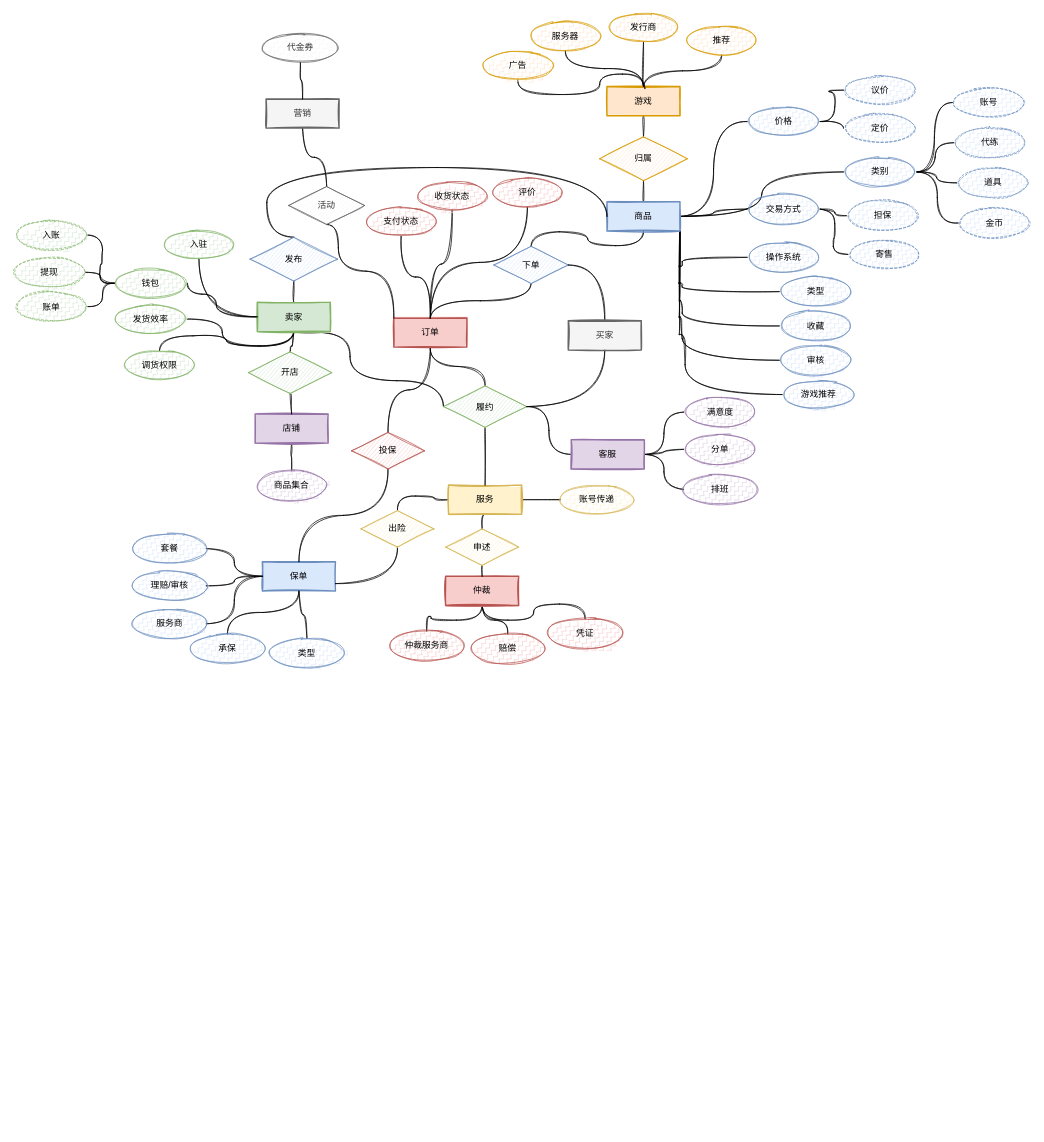
Before: ali03.drawio in chenyz/EGOTableViewPullRefresh, a draw.io diagram. Source tidied: cells renumbered, new cells numbered last; positions are measured from the earlier drawing's top-left corner, leaving out a move shared by most shapes. Both pictures are drawn from the tidied source at 73%, with x=0, y=0 at pixel (12, 12).
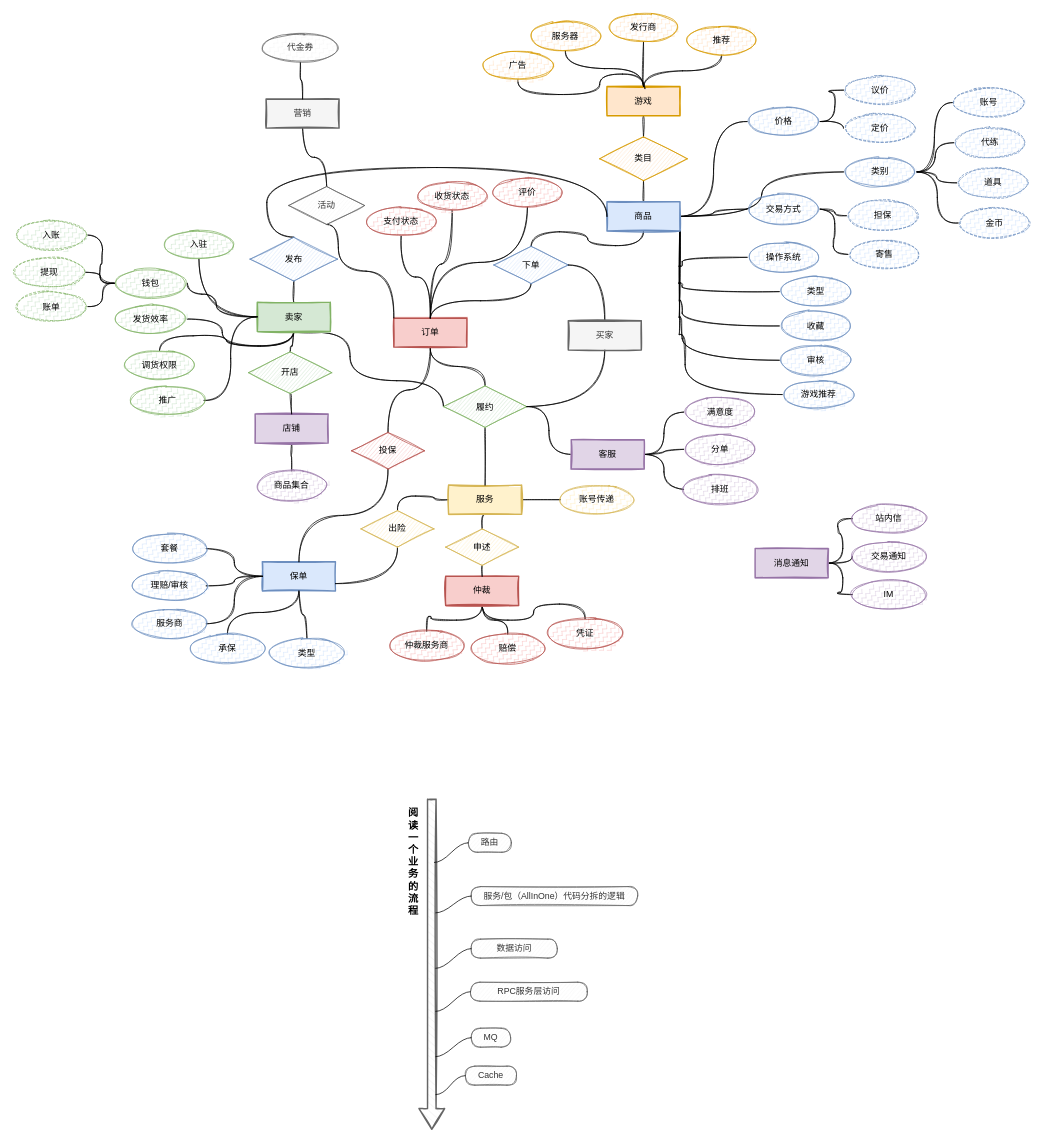
The same page after the edit.

The change refers to these unchanged cells:
```xml
<mxCell id="49" value="卖家" style="whiteSpace=wrap;html=1;align=center;sketch=1;fillColor=#d5e8d4;strokeColor=#82b366;fillStyle=solid;strokeWidth=2;" parent="1" vertex="1">
  <mxGeometry x="335" y="396.5" width="100" height="40" as="geometry" />
</mxCell>
```

Diff of the diagram source:
```diff
@@
-    <mxCell id="23" value="归属" style="shape=rhombus;perimeter=rhombusPerimeter;whiteSpace=wrap;html=1;align=center;sketch=1;fillColor=#ffe6cc;strokeColor=#d79b00;fillStyle=auto;" parent="1" vertex="1">
+    <mxCell id="23" value="类目" style="shape=rhombus;perimeter=rhombusPerimeter;whiteSpace=wrap;html=1;align=center;sketch=1;fillColor=#ffe6cc;strokeColor=#d79b00;fillStyle=auto;" parent="1" vertex="1">
       <mxGeometry x="804" y="170" width="120" height="60" as="geometry" />
     </mxCell>
@@
+    <mxCell id="132" style="edgeStyle=orthogonalEdgeStyle;curved=1;rounded=0;sketch=1;jettySize=auto;html=1;exitX=1;exitY=0.5;exitDx=0;exitDy=0;entryX=0;entryY=0.5;entryDx=0;entryDy=0;endArrow=none;endFill=0;" parent="1" edge="1" source="133" target="49">
+      <mxGeometry relative="1" as="geometry" />
+    </mxCell>
+    <mxCell id="133" value="推广" style="ellipse;whiteSpace=wrap;html=1;align=center;sketch=1;fillColor=#d5e8d4;strokeColor=#82b366;fillStyle=zigzag-line;" parent="1" vertex="1">
+      <mxGeometry x="162" y="511" width="100" height="40" as="geometry" />
+    </mxCell>
+    <mxCell id="134" style="edgeStyle=orthogonalEdgeStyle;curved=1;rounded=0;sketch=1;jettySize=auto;html=1;exitX=1;exitY=0.5;exitDx=0;exitDy=0;entryX=0;entryY=0.5;entryDx=0;entryDy=0;endArrow=none;endFill=0;" parent="1" edge="1" source="137" target="138">
+      <mxGeometry relative="1" as="geometry" />
+    </mxCell>
+    <mxCell id="135" style="edgeStyle=orthogonalEdgeStyle;curved=1;rounded=0;sketch=1;jettySize=auto;html=1;exitX=1;exitY=0.5;exitDx=0;exitDy=0;entryX=0;entryY=0.5;entryDx=0;entryDy=0;endArrow=none;endFill=0;" parent="1" edge="1" source="137" target="139">
+      <mxGeometry relative="1" as="geometry" />
+    </mxCell>
+    <mxCell id="136" style="edgeStyle=orthogonalEdgeStyle;curved=1;rounded=0;sketch=1;jettySize=auto;html=1;exitX=1;exitY=0.5;exitDx=0;exitDy=0;entryX=0;entryY=0.5;entryDx=0;entryDy=0;endArrow=none;endFill=0;" parent="1" edge="1" source="137" target="140">
+      <mxGeometry relative="1" as="geometry" />
+    </mxCell>
+    <mxCell id="137" value="消息通知" style="whiteSpace=wrap;html=1;align=center;sketch=1;fillColor=#e1d5e7;strokeColor=#9673a6;fillStyle=solid;strokeWidth=2;" parent="1" vertex="1">
+      <mxGeometry x="1017" y="734" width="100" height="40" as="geometry" />
+    </mxCell>
+    <mxCell id="138" value="站内信" style="ellipse;whiteSpace=wrap;html=1;align=center;sketch=1;fillColor=#e1d5e7;strokeColor=#9673a6;fillStyle=zigzag-line;" parent="1" vertex="1">
+      <mxGeometry x="1150" y="673" width="100" height="40" as="geometry" />
+    </mxCell>
+    <mxCell id="139" value="交易通知" style="ellipse;whiteSpace=wrap;html=1;align=center;sketch=1;fillColor=#e1d5e7;strokeColor=#9673a6;fillStyle=zigzag-line;" parent="1" vertex="1">
+      <mxGeometry x="1150" y="725" width="100" height="40" as="geometry" />
+    </mxCell>
+    <mxCell id="140" value="IM" style="ellipse;whiteSpace=wrap;html=1;align=center;sketch=1;fillColor=#e1d5e7;strokeColor=#9673a6;fillStyle=zigzag-line;" parent="1" vertex="1">
+      <mxGeometry x="1150" y="777" width="100" height="40" as="geometry" />
+    </mxCell>
+    <mxCell id="141" style="shape=singleArrow;whiteSpace=wrap;html=1;rounded=0;sketch=1;strokeWidth=2;rotation=90;arrowWidth=0.33345979080137644;arrowSize=0.06290173669302292;fillColor=#f5f5f5;strokeColor=#666666;fontColor=#333333;" parent="1" vertex="1">
+      <mxGeometry x="348" y="1286" width="452" height="35" as="geometry" />
+    </mxCell>
+    <mxCell id="142" value="&lt;b style=&quot;font-size: 14px&quot;&gt;阅&lt;br&gt;读&lt;br&gt;一&lt;br&gt;个&lt;br&gt;业&lt;br&gt;务&lt;br&gt;的&lt;br&gt;流&lt;br&gt;程&lt;/b&gt;" style="text;html=1;strokeColor=none;fillColor=none;align=center;verticalAlign=middle;whiteSpace=wrap;rounded=0;sketch=1;" parent="1" vertex="1">
+      <mxGeometry x="529" y="1153" width="40" height="20" as="geometry" />
+    </mxCell>
+    <mxCell id="143" value="路由" style="whiteSpace=wrap;html=1;rounded=1;arcSize=50;align=center;verticalAlign=middle;strokeWidth=1;spacing=4;newEdgeStyle={&quot;edgeStyle&quot;:&quot;entityRelationEdgeStyle&quot;,&quot;startArrow&quot;:&quot;none&quot;,&quot;endArrow&quot;:&quot;none&quot;,&quot;segment&quot;:10,&quot;curved&quot;:1};sketch=1;fillColor=#f5f5f5;strokeColor=#666666;fontColor=#333333;" parent="1" vertex="1">
+      <mxGeometry x="624" y="1124" width="59" height="26" as="geometry" />
+    </mxCell>
+    <mxCell id="144" style="edgeStyle=entityRelationEdgeStyle;startArrow=none;endArrow=none;segment=10;curved=1;" parent="1" edge="1" target="143">
+      <mxGeometry relative="1" as="geometry">
+        <mxPoint x="577" y="1164" as="sourcePoint" />
+      </mxGeometry>
+    </mxCell>
+    <mxCell id="145" value="服务/包（AllInOne）代码分拆的逻辑" style="whiteSpace=wrap;html=1;rounded=1;arcSize=50;align=center;verticalAlign=middle;strokeWidth=1;spacing=4;newEdgeStyle={&quot;edgeStyle&quot;:&quot;entityRelationEdgeStyle&quot;,&quot;startArrow&quot;:&quot;none&quot;,&quot;endArrow&quot;:&quot;none&quot;,&quot;segment&quot;:10,&quot;curved&quot;:1};sketch=1;fillColor=#f5f5f5;strokeColor=#666666;fontColor=#333333;" parent="1" vertex="1">
+      <mxGeometry x="628" y="1197" width="228" height="26" as="geometry" />
+    </mxCell>
+    <mxCell id="146" style="edgeStyle=entityRelationEdgeStyle;startArrow=none;endArrow=none;segment=10;curved=1;" parent="1" edge="1" target="145">
+      <mxGeometry relative="1" as="geometry">
+        <mxPoint x="579" y="1233" as="sourcePoint" />
+      </mxGeometry>
+    </mxCell>
+    <mxCell id="147" value="数据访问" style="whiteSpace=wrap;html=1;rounded=1;arcSize=50;align=center;verticalAlign=middle;strokeWidth=1;spacing=4;newEdgeStyle={&quot;edgeStyle&quot;:&quot;entityRelationEdgeStyle&quot;,&quot;startArrow&quot;:&quot;none&quot;,&quot;endArrow&quot;:&quot;none&quot;,&quot;segment&quot;:10,&quot;curved&quot;:1};sketch=1;fillColor=#f5f5f5;strokeColor=#666666;fontColor=#333333;" parent="1" vertex="1">
+      <mxGeometry x="628" y="1269" width="118" height="26" as="geometry" />
+    </mxCell>
+    <mxCell id="148" style="edgeStyle=entityRelationEdgeStyle;startArrow=none;endArrow=none;segment=10;curved=1;" parent="1" edge="1" target="147">
+      <mxGeometry relative="1" as="geometry">
+        <mxPoint x="579" y="1309" as="sourcePoint" />
+      </mxGeometry>
+    </mxCell>
+    <mxCell id="149" value="RPC服务层访问" style="whiteSpace=wrap;html=1;rounded=1;arcSize=50;align=center;verticalAlign=middle;strokeWidth=1;spacing=4;newEdgeStyle={&quot;edgeStyle&quot;:&quot;entityRelationEdgeStyle&quot;,&quot;startArrow&quot;:&quot;none&quot;,&quot;endArrow&quot;:&quot;none&quot;,&quot;segment&quot;:10,&quot;curved&quot;:1};sketch=1;fillColor=#f5f5f5;strokeColor=#666666;fontColor=#333333;" parent="1" vertex="1">
+      <mxGeometry x="627" y="1328" width="160" height="26" as="geometry" />
+    </mxCell>
+    <mxCell id="150" style="edgeStyle=entityRelationEdgeStyle;startArrow=none;endArrow=none;segment=10;curved=1;" parent="1" edge="1" target="149">
+      <mxGeometry relative="1" as="geometry">
+        <mxPoint x="579" y="1368" as="sourcePoint" />
+      </mxGeometry>
+    </mxCell>
+    <mxCell id="151" value="MQ" style="whiteSpace=wrap;html=1;rounded=1;arcSize=50;align=center;verticalAlign=middle;strokeWidth=1;spacing=4;newEdgeStyle={&quot;edgeStyle&quot;:&quot;entityRelationEdgeStyle&quot;,&quot;startArrow&quot;:&quot;none&quot;,&quot;endArrow&quot;:&quot;none&quot;,&quot;segment&quot;:10,&quot;curved&quot;:1};sketch=1;fillColor=#f5f5f5;strokeColor=#666666;fontColor=#333333;" parent="1" vertex="1">
+      <mxGeometry x="628" y="1391" width="54" height="26" as="geometry" />
+    </mxCell>
+    <mxCell id="152" style="edgeStyle=entityRelationEdgeStyle;startArrow=none;endArrow=none;segment=10;curved=1;" parent="1" edge="1" target="151">
+      <mxGeometry relative="1" as="geometry">
+        <mxPoint x="579" y="1430" as="sourcePoint" />
+      </mxGeometry>
+    </mxCell>
+    <mxCell id="153" value="Cache" style="whiteSpace=wrap;html=1;rounded=1;arcSize=50;align=center;verticalAlign=middle;strokeWidth=1;spacing=4;newEdgeStyle={&quot;edgeStyle&quot;:&quot;entityRelationEdgeStyle&quot;,&quot;startArrow&quot;:&quot;none&quot;,&quot;endArrow&quot;:&quot;none&quot;,&quot;segment&quot;:10,&quot;curved&quot;:1};sketch=1;fillColor=#f5f5f5;strokeColor=#666666;fontColor=#333333;" parent="1" vertex="1">
+      <mxGeometry x="620" y="1443" width="70" height="26" as="geometry" />
+    </mxCell>
+    <mxCell id="154" style="edgeStyle=entityRelationEdgeStyle;startArrow=none;endArrow=none;segment=10;curved=1;" parent="1" edge="1" target="153">
+      <mxGeometry relative="1" as="geometry">
+        <mxPoint x="579" y="1482" as="sourcePoint" />
+      </mxGeometry>
+    </mxCell>
```
